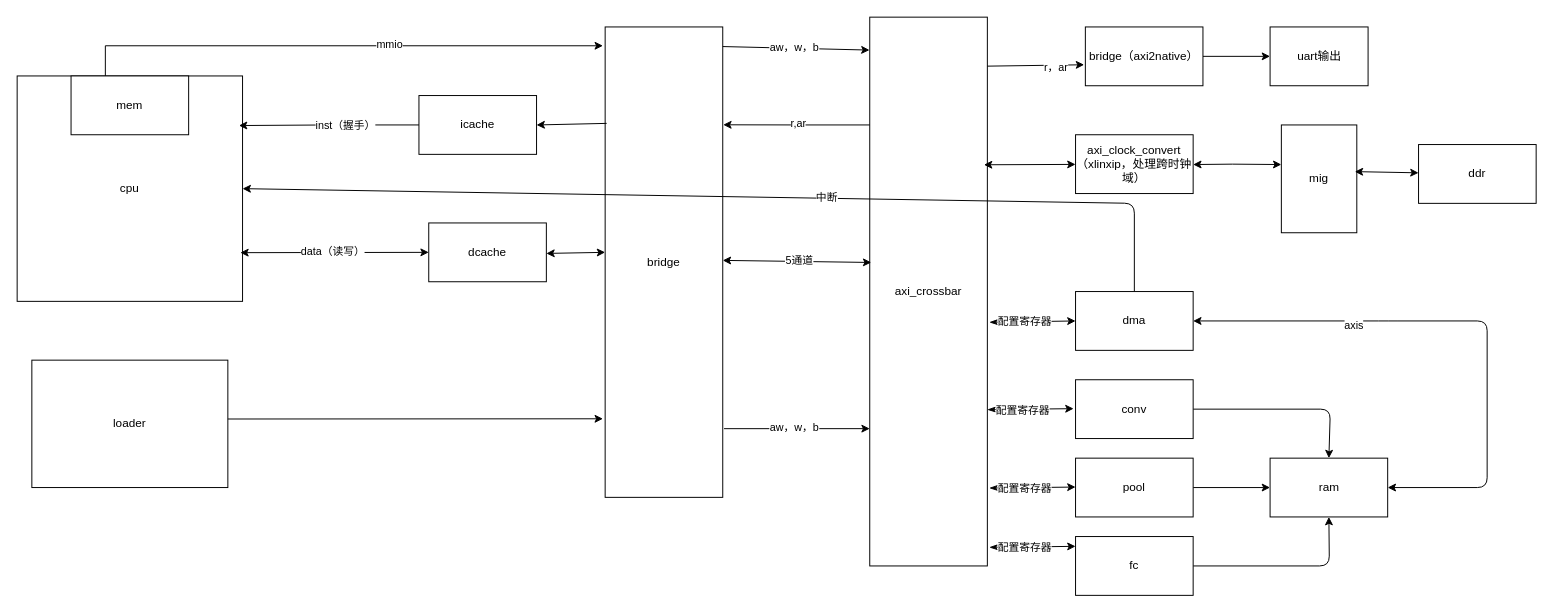
Before: soc架构图.drawio in ssssss-dot/soc_learning, a draw.io diagram. Source tidied: cells renumbered, new cells numbered last; positions are measured from the earlier drawing's top-left corner, leaving out a move shared by most shapes. Both pictures are drawn from the tidied source at 98%, with x=0, y=0 at pixel (17, 17).
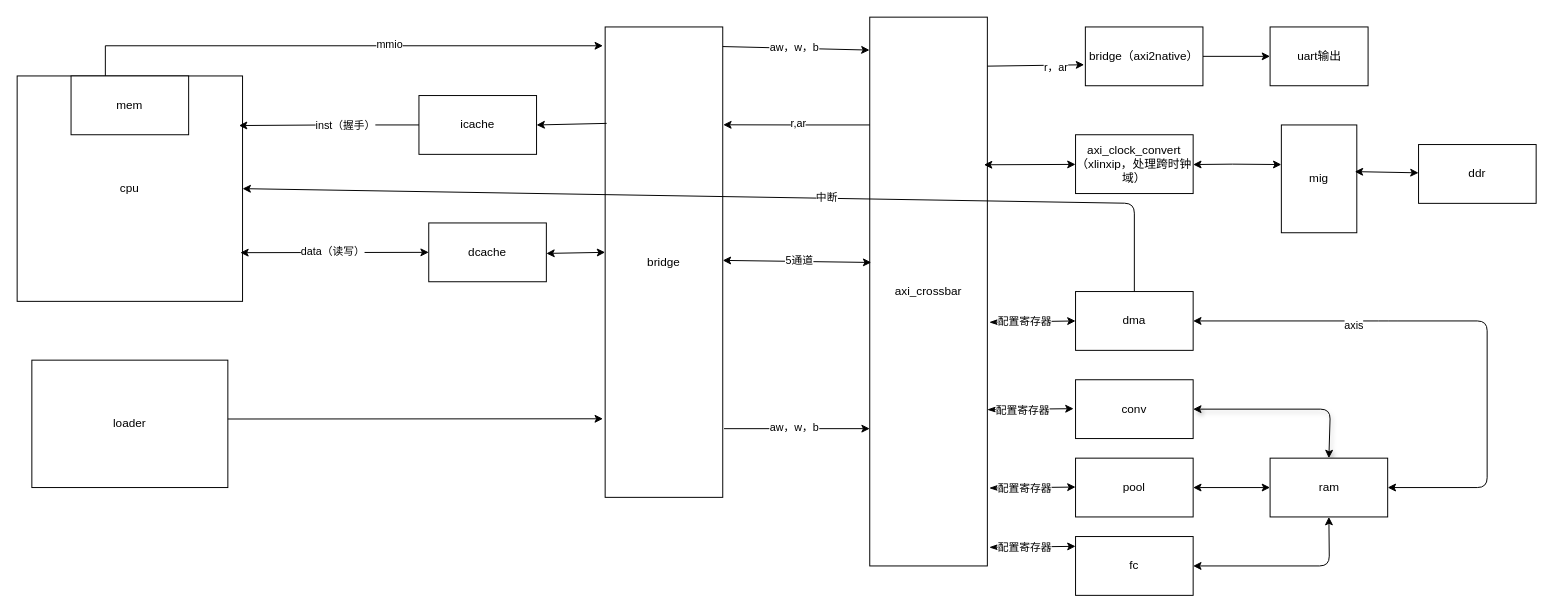
Above is the later version.

Commit message:
docs: update SoC architecture diagram

Unchanged cells that the change refers to:
```xml
<mxCell id="42" value="conv" style="rounded=0;whiteSpace=wrap;html=1;" parent="1" vertex="1">
  <mxGeometry x="1080" y="370" width="120" height="60" as="geometry" />
</mxCell>
<mxCell id="44" value="pool" style="rounded=0;whiteSpace=wrap;html=1;" parent="1" vertex="1">
  <mxGeometry x="1080" y="450" width="120" height="60" as="geometry" />
</mxCell>
<mxCell id="47" value="fc" style="rounded=0;whiteSpace=wrap;html=1;" parent="1" vertex="1">
  <mxGeometry x="1080" y="530" width="120" height="60" as="geometry" />
</mxCell>
<mxCell id="48" value="ram" style="rounded=0;whiteSpace=wrap;html=1;" parent="1" vertex="1">
  <mxGeometry x="1278.5" y="450" width="120" height="60" as="geometry" />
</mxCell>
```

The edit, as a diff of the source:
```diff
@@
-    <mxCell id="41" style="edgeStyle=none;html=1;entryX=0.5;entryY=0;entryDx=0;entryDy=0;" parent="1" edge="1" source="42" target="48">
+    <mxCell id="41" style="edgeStyle=none;html=1;entryX=0.5;entryY=0;entryDx=0;entryDy=0;shadow=1;startArrow=classic;startFill=1;" parent="1" edge="1" source="42" target="48">
       <mxGeometry relative="1" as="geometry">
         <Array as="points">
           <mxPoint x="1340" y="400" />
         </Array>
       </mxGeometry>
     </mxCell>
@@
-    <mxCell id="43" style="edgeStyle=none;html=1;entryX=0;entryY=0.5;entryDx=0;entryDy=0;" parent="1" edge="1" source="44" target="48">
+    <mxCell id="43" style="edgeStyle=none;html=1;entryX=0;entryY=0.5;entryDx=0;entryDy=0;startArrow=classic;startFill=1;" parent="1" edge="1" source="44" target="48">
       <mxGeometry relative="1" as="geometry" />
     </mxCell>
@@
-    <mxCell id="46" style="edgeStyle=none;html=1;entryX=0.5;entryY=1;entryDx=0;entryDy=0;" parent="1" edge="1" source="47" target="48">
+    <mxCell id="46" style="edgeStyle=none;html=1;entryX=0.5;entryY=1;entryDx=0;entryDy=0;startArrow=classic;startFill=1;" parent="1" edge="1" source="47" target="48">
       <mxGeometry relative="1" as="geometry">
         <Array as="points">
           <mxPoint x="1339" y="560" />
         </Array>
       </mxGeometry>
     </mxCell>
```
